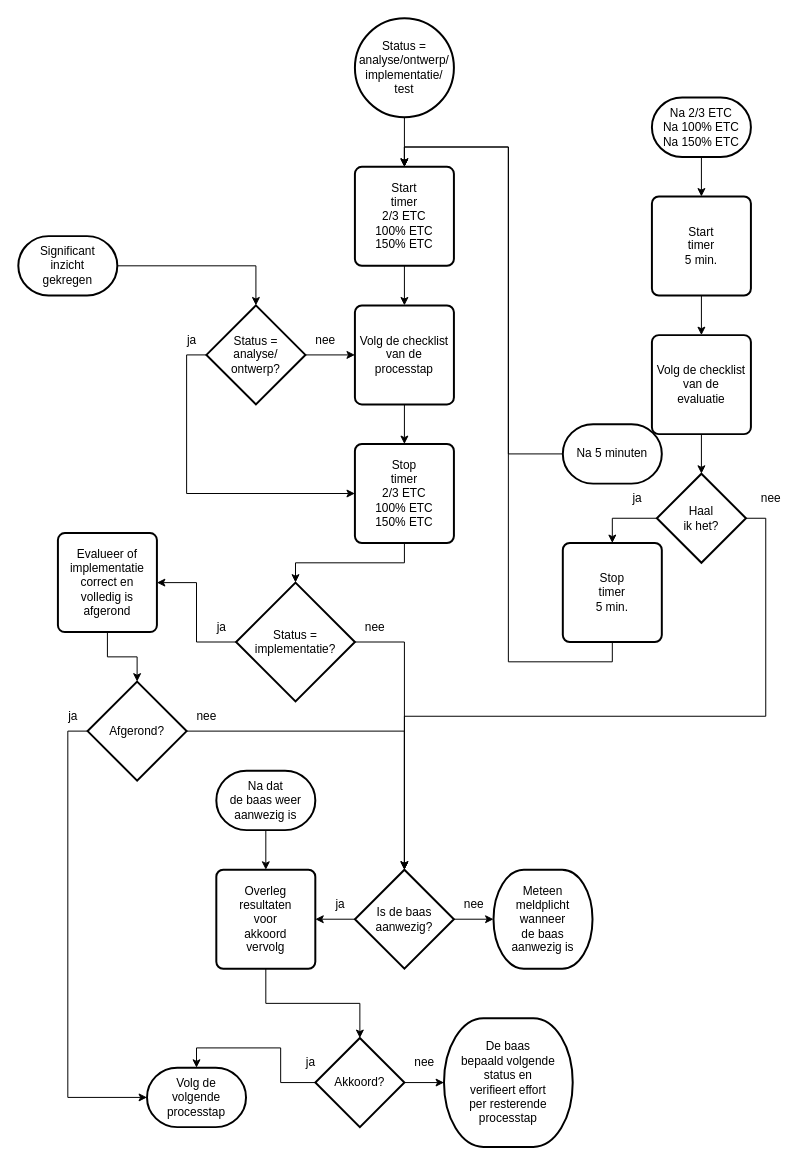
Before: 2 Issue Tracker tijdtriggers.drawio in Zaibatsu89/IssueTracker, a draw.io diagram. Source tidied: cells renumbered, new cells numbered last; positions are measured from the earlier drawing's top-left corner, leaving out a move shared by most shapes. Both pictures are drawn from the tidied source at 99%, with x=0, y=0 at pixel (18, 18).
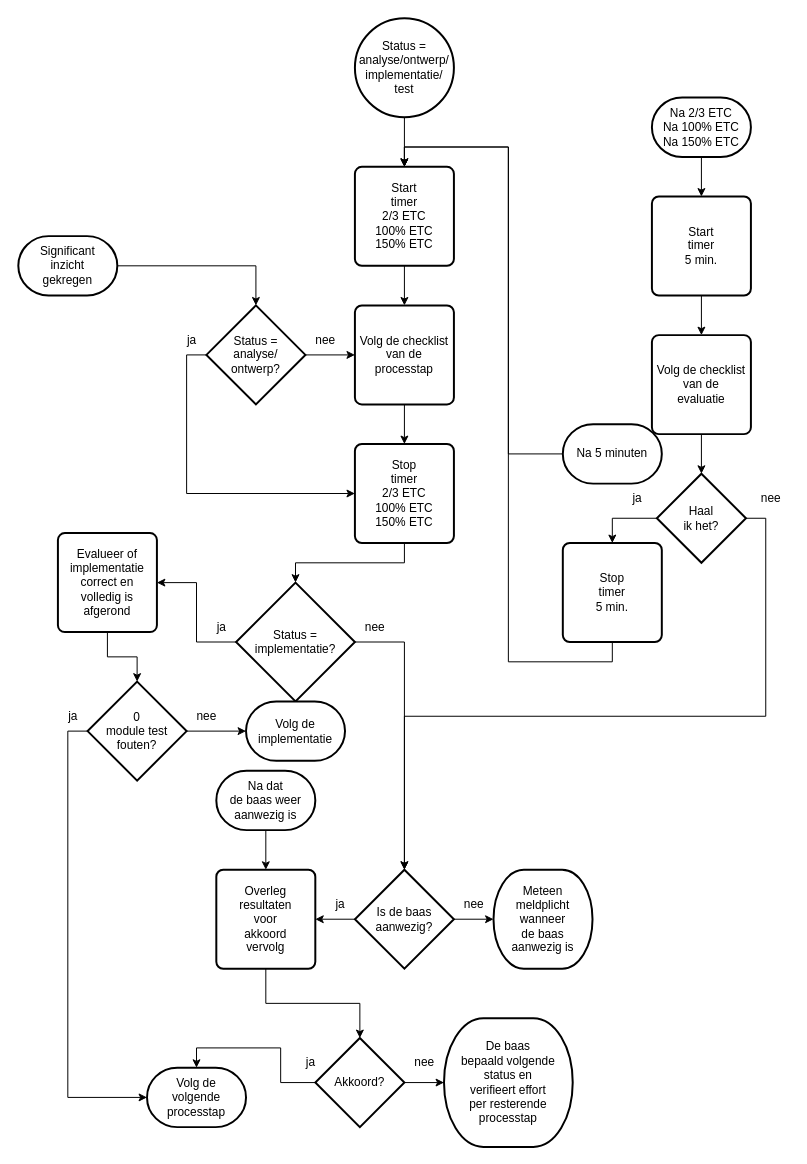
The same page after the edit.

The change refers to these unchanged cells:
```xml
<mxCell id="33" value="Is de baas&lt;br&gt;aanwezig?" style="strokeWidth=2;html=1;shape=mxgraph.flowchart.decision;whiteSpace=wrap;" parent="1" vertex="1">
  <mxGeometry x="340" y="860" width="100" height="100" as="geometry" />
</mxCell>
```

What changed in the source:
```diff
@@
+    <mxCell id="63" style="edgeStyle=orthogonalEdgeStyle;rounded=0;jettySize=auto;html=1;" parent="1" edge="1" source="51" target="64">
+      <mxGeometry relative="1" as="geometry" />
+    </mxCell>
-    <mxCell id="51" value="Afgerond?" style="strokeWidth=2;html=1;shape=mxgraph.flowchart.decision;whiteSpace=wrap;" parent="1" vertex="1">
+    <mxCell id="51" value="0&lt;br&gt;module test&lt;br&gt;fouten?" style="strokeWidth=2;html=1;shape=mxgraph.flowchart.decision;whiteSpace=wrap;" parent="1" vertex="1">
       <mxGeometry x="70" y="670" width="100" height="100" as="geometry" />
     </mxCell>
@@
-    <mxCell id="53" style="edgeStyle=orthogonalEdgeStyle;rounded=0;jettySize=auto;html=1;exitX=1;exitY=0.5;exitDx=0;exitDy=0;exitPerimeter=0;entryX=0.5;entryY=0;entryDx=0;entryDy=0;entryPerimeter=0;" parent="1" edge="1" source="51" target="33">
-      <mxGeometry relative="1" as="geometry" />
-    </mxCell>
@@
+    <mxCell id="64" value="Volg de&lt;br&gt;implementatie" style="strokeWidth=2;html=1;shape=mxgraph.flowchart.terminator;whiteSpace=wrap;" parent="1" vertex="1">
+      <mxGeometry x="230" y="690" width="100" height="60" as="geometry" />
+    </mxCell>
```
